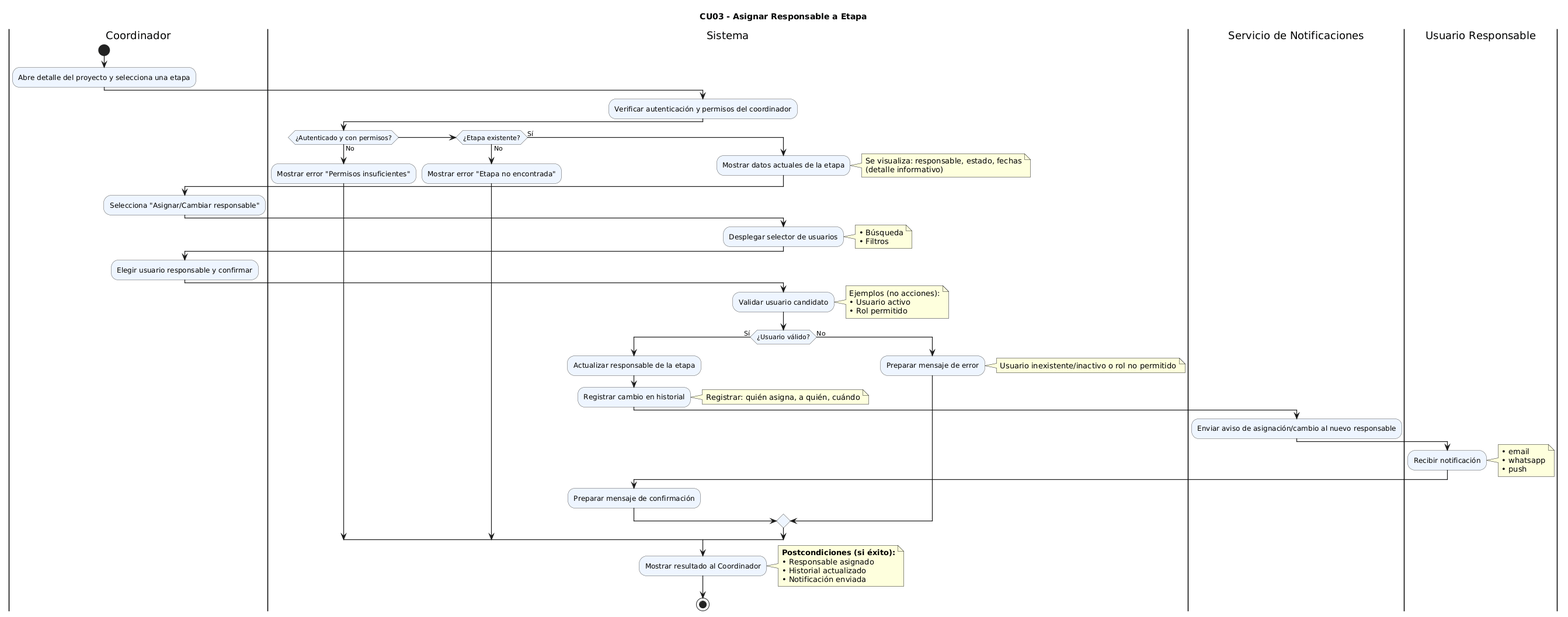
The PlantUML diagram diagramas/04-diagramas-actividades/04-actividad-asignar-responsable-etapa-03.png in dantebiondi666-prog/SistemaProductoraVideos, before a commit.
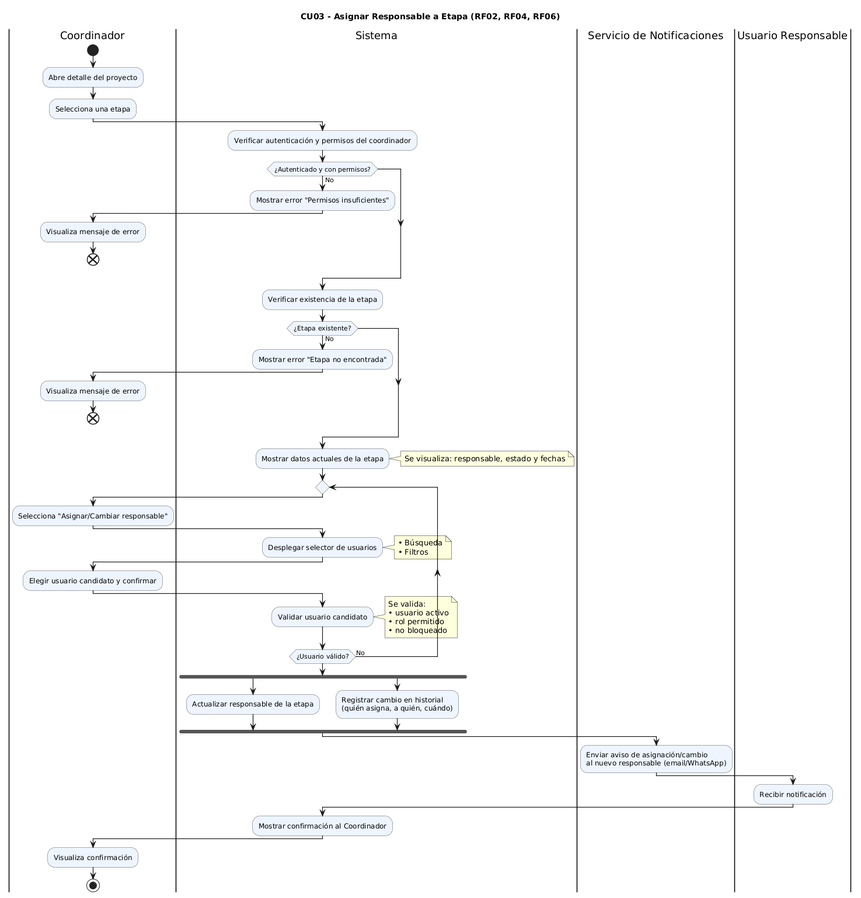
After the commit.

Change to the diagram source:
```diff
@@ -1,5 +1,5 @@
 @startuml
-title CU03 - Asignar Responsable a Etapa
+title CU03 - Asignar Responsable a Etapa (RF02, RF04, RF06)
 
 skinparam activity {
   ArrowThickness 1.2
@@ -10,21 +10,34 @@
 
 |Coordinador|
 start
-:Abre detalle del proyecto y selecciona una etapa;
+:Abre detalle del proyecto;
+:Selecciona una etapa;
 
 |Sistema|
 :Verificar autenticación y permisos del coordinador;
 if (¿Autenticado y con permisos?) then (No)
   :Mostrar error "Permisos insuficientes";
-elseif (¿Etapa existente?) then (No)
+  |Coordinador|
+  :Visualiza mensaje de error;
+  end
+endif
+
+|Sistema|
+:Verificar existencia de la etapa;
+if (¿Etapa existente?) then (No)
   :Mostrar error "Etapa no encontrada";
-else (Sí)
-  :Mostrar datos actuales de la etapa;
-  note right
-    Se visualiza: responsable, estado, fechas
-    (detalle informativo)
-  end note
+  |Coordinador|
+  :Visualiza mensaje de error;
+  end
+endif
 
+|Sistema|
+:Mostrar datos actuales de la etapa;
+note right
+  Se visualiza: responsable, estado y fechas
+end note
+
+repeat
   |Coordinador|
   :Selecciona "Asignar/Cambiar responsable";
 
@@ -36,52 +49,35 @@
   end note
 
   |Coordinador|
-  :Elegir usuario responsable y confirmar;
+  :Elegir usuario candidato y confirmar;
 
   |Sistema|
   :Validar usuario candidato;
   note right
-    Ejemplos (no acciones):
-    • Usuario activo
-    • Rol permitido
+    Se valida:
+    • usuario activo
+    • rol permitido
+    • no bloqueado
   end note
-
-  if (¿Usuario válido?) then (Sí)
-    :Actualizar responsable de la etapa;
-    :Registrar cambio en historial;
-    note right
-      Registrar: quién asigna, a quién, cuándo
-    end note
-
-    |Servicio de Notificaciones|
-    :Enviar aviso de asignación/cambio al nuevo responsable;
-
-    |Usuario Responsable|
-    :Recibir notificación;
-    note right
-      • email
-      • whatsapp
-      • push
-    end note
-
-    |Sistema|
-    :Preparar mensaje de confirmación;
-  else (No)
-    |Sistema|
-    :Preparar mensaje de error;
-    note right
-      Usuario inexistente/inactivo o rol no permitido
-    end note
-  endif
-endif
+repeat while (¿Usuario válido?) is (No)
 
 |Sistema|
-:Mostrar resultado al Coordinador;
-note right
-  **Postcondiciones (si éxito):**
-  • Responsable asignado
-  • Historial actualizado
-  • Notificación enviada
-end note
+fork
+  :Actualizar responsable de la etapa;
+fork again
+  :Registrar cambio en historial\n(quién asigna, a quién, cuándo);
+end fork
+
+|Servicio de Notificaciones|
+:Enviar aviso de asignación/cambio\nal nuevo responsable (email/WhatsApp);
+
+|Usuario Responsable|
+:Recibir notificación;
+
+|Sistema|
+:Mostrar confirmación al Coordinador;
+
+|Coordinador|
+:Visualiza confirmación;
 stop
 @enduml
```
